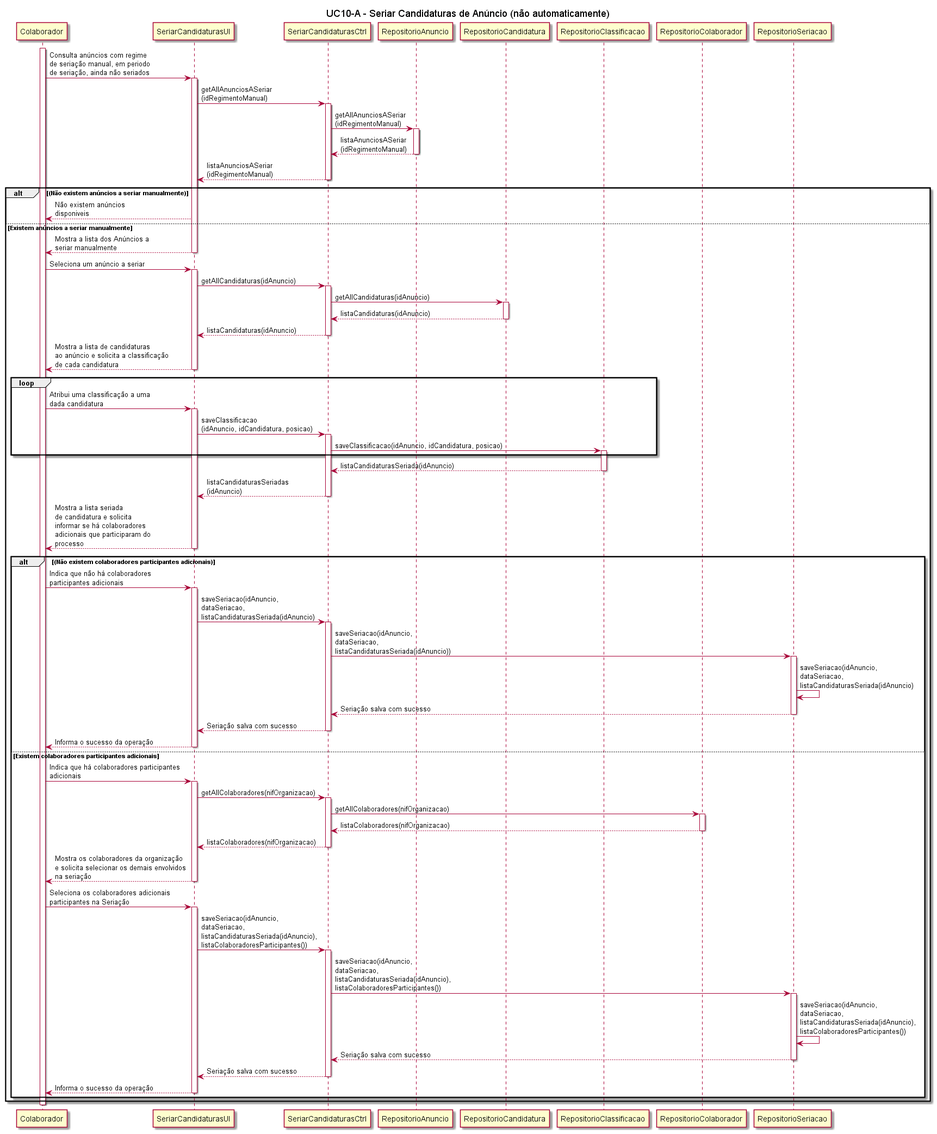
Before: Documentação/Sprint 3/UC10_A_Seriar_Candidaturas_(não_automaticamente)/UC10_A_Seriar_Candidaturas_(nao_automaticamente)_Diagrama_Sequencia.png, a diagram exported from PlantUML (blestonbandeiraUPSKILL/upskill_java1_labprg_grupo2).
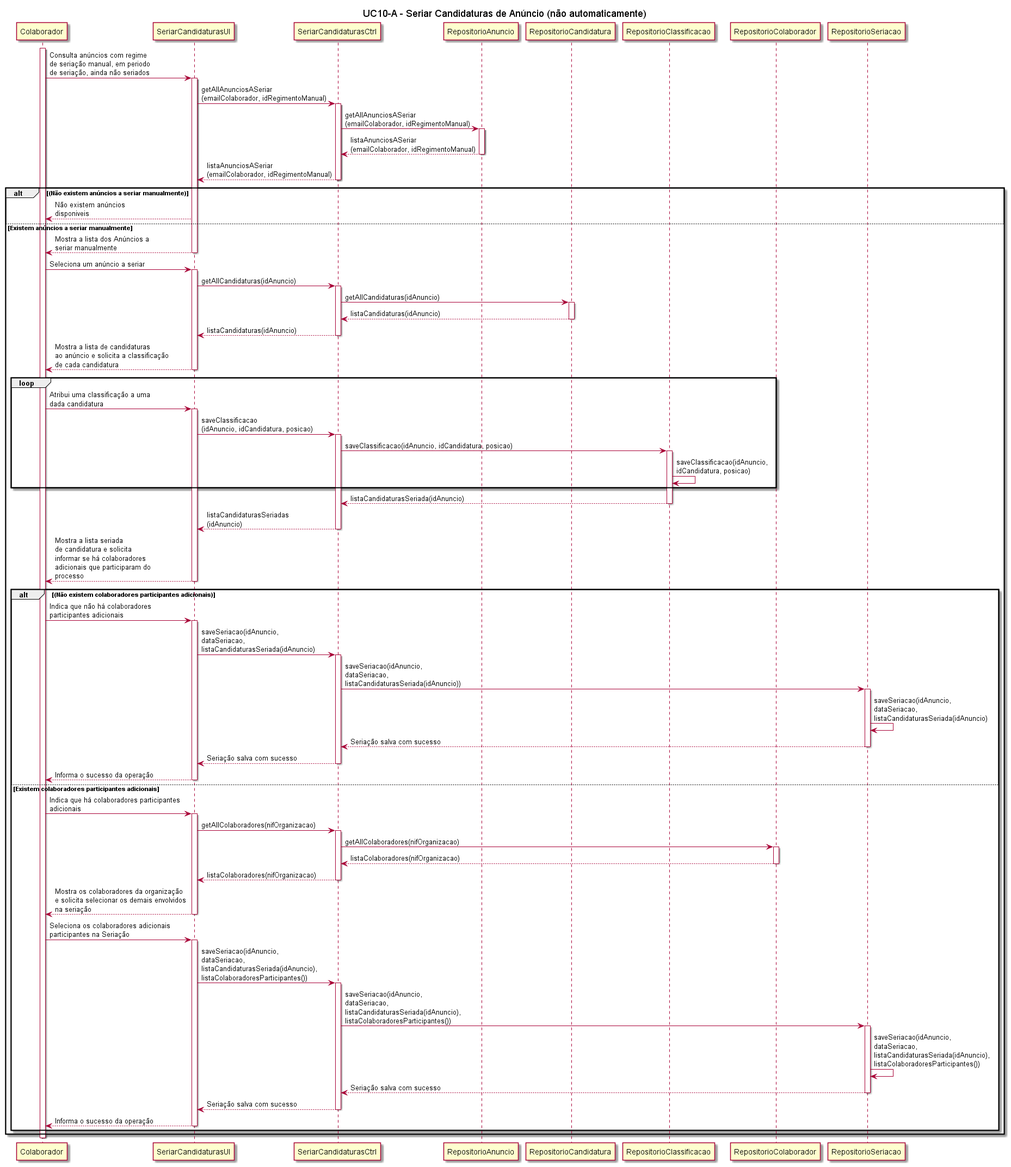
The same diagram one commit later.

What changed in the source:
```diff
@@ -15,13 +15,13 @@
 activate Colaborador
 Colaborador -> SeriarCandidaturasUI: Consulta anúncios com regime \nde seriação manual, em periodo \nde seriação, ainda não seriados
 activate SeriarCandidaturasUI
-SeriarCandidaturasUI -> SeriarCandidaturasCtrl: getAllAnunciosASeriar\n(idRegimentoManual)
+SeriarCandidaturasUI -> SeriarCandidaturasCtrl: getAllAnunciosASeriar\n(emailColaborador, idRegimentoManual)
 activate SeriarCandidaturasCtrl
-SeriarCandidaturasCtrl -> RepositorioAnuncio: getAllAnunciosASeriar\n(idRegimentoManual)
+SeriarCandidaturasCtrl -> RepositorioAnuncio: getAllAnunciosASeriar\n(emailColaborador, idRegimentoManual)
 activate RepositorioAnuncio
-RepositorioAnuncio --> SeriarCandidaturasCtrl: listaAnunciosASeriar\n(idRegimentoManual)
+RepositorioAnuncio --> SeriarCandidaturasCtrl: listaAnunciosASeriar\n(emailColaborador, idRegimentoManual)
 deactivate RepositorioAnuncio
-SeriarCandidaturasCtrl --> SeriarCandidaturasUI: listaAnunciosASeriar\n(idRegimentoManual)
+SeriarCandidaturasCtrl --> SeriarCandidaturasUI: listaAnunciosASeriar\n(emailColaborador, idRegimentoManual)
 deactivate SeriarCandidaturasCtrl
 alt (Não existem anúncios a seriar manualmente)
 SeriarCandidaturasUI --> Colaborador: Não existem anúncios \ndisponiveis
@@ -50,6 +50,7 @@
 activate SeriarCandidaturasCtrl
 SeriarCandidaturasCtrl -> RepositorioClassificacao: saveClassificacao(idAnuncio, idCandidatura, posicao)
 activate RepositorioClassificacao
+RepositorioClassificacao -> RepositorioClassificacao: saveClassificacao(idAnuncio, \nidCandidatura, posicao)
 end loop
 RepositorioClassificacao --> SeriarCandidaturasCtrl: listaCandidaturasSeriada(idAnuncio)
 deactivate RepositorioClassificacao
```
